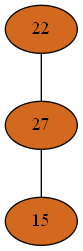
Above: Compiler/12phiGraph.png in mbajaj92/Project-Astoria (Graphviz), before the change. Its source is kept beside it as Compiler/12phiGraph.dot. Source of this version:
```dot
strict graph {
22[label="22" style=filled fillcolor="chocolate"];
22 -- 27
27[label="27" style=filled fillcolor="chocolate"];
27 -- 22
27 -- 15
15[label="15" style=filled fillcolor="chocolate"];
15 -- 27
}
```
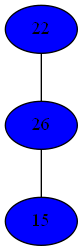
The same file after the commit.

What changed in the source:
```diff
@@ -1,9 +1,9 @@
 strict graph {
-22[label="22" style=filled fillcolor="chocolate"];
-22 -- 27
-27[label="27" style=filled fillcolor="chocolate"];
-27 -- 22
-27 -- 15
-15[label="15" style=filled fillcolor="chocolate"];
-15 -- 27
+22[label="22" style=filled fillcolor="blue1"];
+22 -- 26
+26[label="26" style=filled fillcolor="blue1"];
+26 -- 22
+26 -- 15
+15[label="15" style=filled fillcolor="blue1"];
+15 -- 26
 }
```
